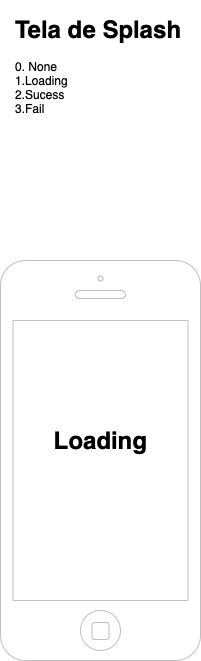
The draw.io diagram Prototipagem/ProjectHabitTelaDeLogin.drawio.png in kairosumida/ProjectHabit, before a commit. Source tidied: cells renumbered, new cells last; positions are measured from the earlier drawing's top-left corner, leaving out a move shared by most shapes. Source of this version:
```xml
<mxGraphModel>
  <root>
    <mxCell id="0" />
    <mxCell id="1" parent="0" />
    <mxCell id="2" style="html=1;verticalLabelPosition=bottom;labelBackgroundColor=#ffffff;verticalAlign=top;shadow=0;dashed=0;strokeWidth=1;shape=mxgraph.ios7.misc.iphone;strokeColor=#c0c0c0;" parent="1" vertex="1">
      <mxGeometry y="250" width="200" height="400" as="geometry" />
    </mxCell>
    <mxCell id="3" value="&lt;h1&gt;Tela de Splash&lt;/h1&gt;&lt;div&gt;0. None&lt;/div&gt;&lt;div&gt;1.Loading&lt;/div&gt;&lt;div&gt;2.Sucess&lt;/div&gt;&lt;div&gt;3.Fail&lt;/div&gt;" style="text;html=1;strokeColor=none;fillColor=none;spacing=5;spacingTop=-20;whiteSpace=wrap;overflow=hidden;rounded=0;" parent="1" vertex="1">
      <mxGeometry x="10" width="190" height="170" as="geometry" />
    </mxCell>
    <mxCell id="4" value="Loading" style="text;strokeColor=none;fillColor=none;html=1;fontSize=24;fontStyle=1;verticalAlign=middle;align=center;" parent="1" vertex="1">
      <mxGeometry x="50" y="410" width="100" height="40" as="geometry" />
    </mxCell>
  </root>
</mxGraphModel>
```
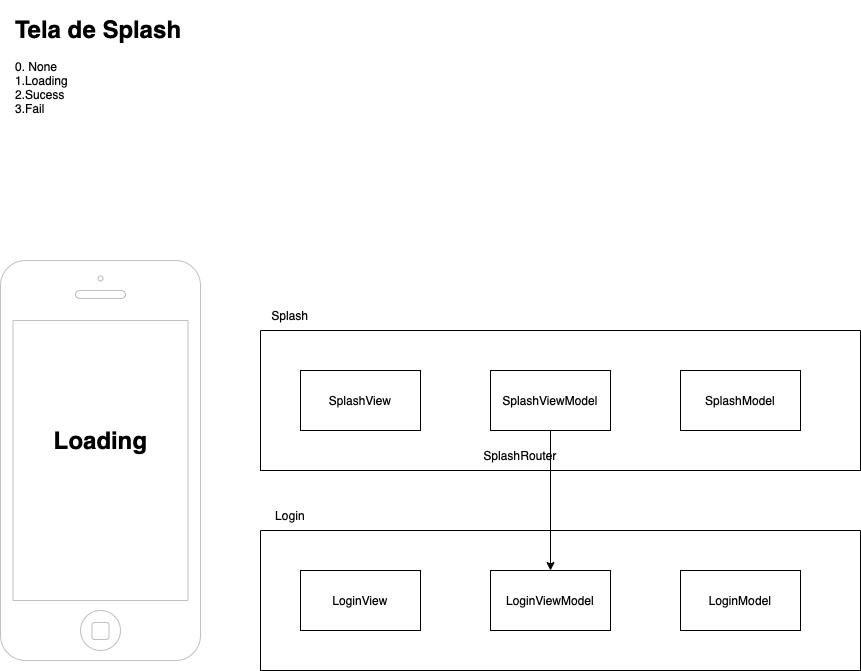
After the change.

The edit, as a diff of the source:
```diff
@@ -11,5 +11,41 @@
     <mxCell id="4" value="Loading" style="text;strokeColor=none;fillColor=none;html=1;fontSize=24;fontStyle=1;verticalAlign=middle;align=center;" parent="1" vertex="1">
       <mxGeometry x="50" y="410" width="100" height="40" as="geometry" />
     </mxCell>
+    <mxCell id="5" value="SplashView" style="rounded=0;whiteSpace=wrap;html=1;" parent="1" vertex="1">
+      <mxGeometry x="300" y="360" width="120" height="60" as="geometry" />
+    </mxCell>
+    <mxCell id="6" value="SplashViewModel" style="rounded=0;whiteSpace=wrap;html=1;" parent="1" vertex="1">
+      <mxGeometry x="490" y="360" width="120" height="60" as="geometry" />
+    </mxCell>
+    <mxCell id="7" value="SplashModel" style="rounded=0;whiteSpace=wrap;html=1;" parent="1" vertex="1">
+      <mxGeometry x="680" y="360" width="120" height="60" as="geometry" />
+    </mxCell>
+    <mxCell id="8" style="swimlane;startSize=0;" parent="1" vertex="1">
+      <mxGeometry x="260" y="320" width="600" height="140" as="geometry" />
+    </mxCell>
+    <mxCell id="9" value="SplashRouter" style="text;html=1;strokeColor=none;fillColor=none;align=center;verticalAlign=middle;whiteSpace=wrap;rounded=0;" parent="8" vertex="1">
+      <mxGeometry x="230" y="110" width="60" height="30" as="geometry" />
+    </mxCell>
+    <mxCell id="10" value="LoginView" style="rounded=0;whiteSpace=wrap;html=1;" parent="1" vertex="1">
+      <mxGeometry x="300" y="560" width="120" height="60" as="geometry" />
+    </mxCell>
+    <mxCell id="11" value="LoginViewModel" style="rounded=0;whiteSpace=wrap;html=1;" parent="1" vertex="1">
+      <mxGeometry x="490" y="560" width="120" height="60" as="geometry" />
+    </mxCell>
+    <mxCell id="12" value="LoginModel" style="rounded=0;whiteSpace=wrap;html=1;" parent="1" vertex="1">
+      <mxGeometry x="680" y="560" width="120" height="60" as="geometry" />
+    </mxCell>
+    <mxCell id="13" style="swimlane;startSize=0;" parent="1" vertex="1">
+      <mxGeometry x="260" y="520" width="600" height="140" as="geometry" />
+    </mxCell>
+    <mxCell id="14" style="endArrow=classic;html=1;rounded=0;entryX=0.5;entryY=0;entryDx=0;entryDy=0;exitX=0.5;exitY=1;exitDx=0;exitDy=0;" parent="1" edge="1" source="6" target="11">
+      <mxGeometry relative="1" as="geometry" />
+    </mxCell>
+    <mxCell id="15" value="Splash" style="text;html=1;strokeColor=none;fillColor=none;align=center;verticalAlign=middle;whiteSpace=wrap;rounded=0;" parent="1" vertex="1">
+      <mxGeometry x="260" y="290" width="60" height="30" as="geometry" />
+    </mxCell>
+    <mxCell id="16" value="Login" style="text;html=1;strokeColor=none;fillColor=none;align=center;verticalAlign=middle;whiteSpace=wrap;rounded=0;" parent="1" vertex="1">
+      <mxGeometry x="260" y="490" width="60" height="30" as="geometry" />
+    </mxCell>
   </root>
 </mxGraphModel>
```
